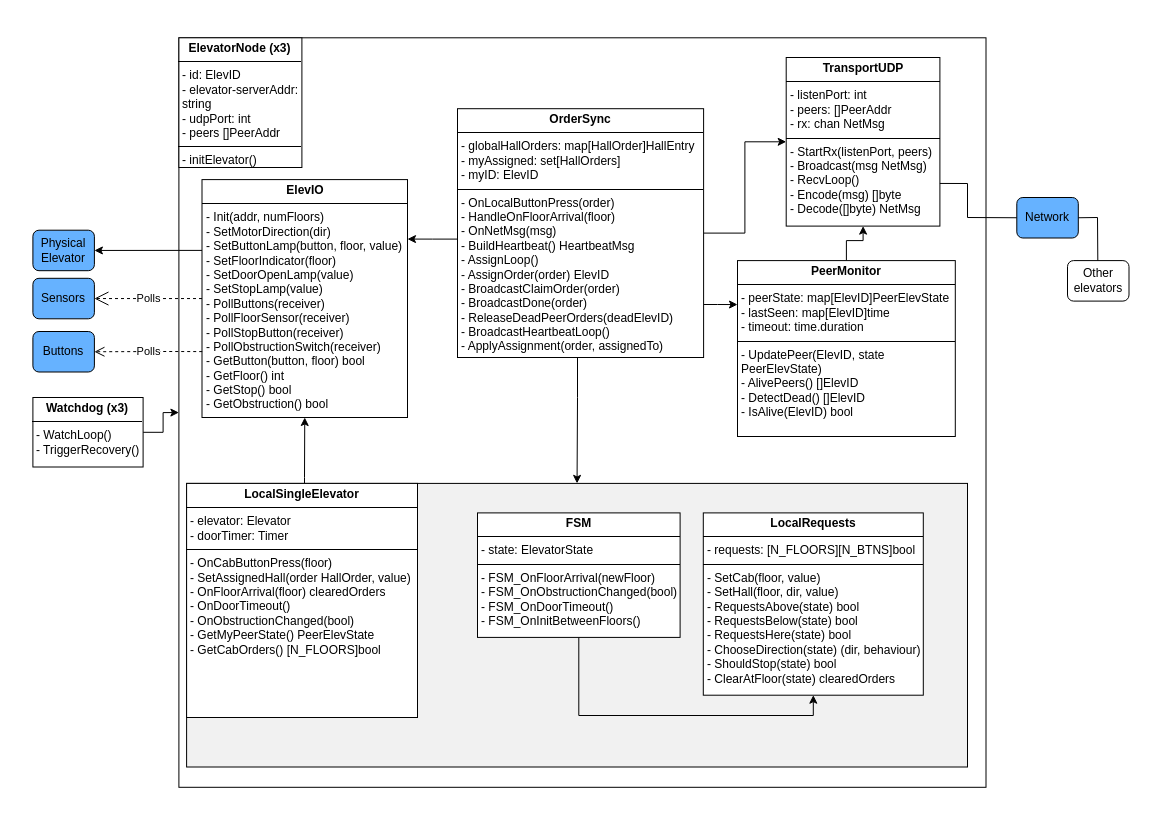
Above: Diagrams/component_diagram.drawio in SondreMyhre/TTK4145 (draw.io), before the change. Source tidied: cells renumbered, new cells numbered last; positions are measured from the earlier drawing's top-left corner, leaving out a move shared by most shapes. Both pictures are drawn from the tidied source at 100%, with x=0, y=0 at pixel (17, 17).
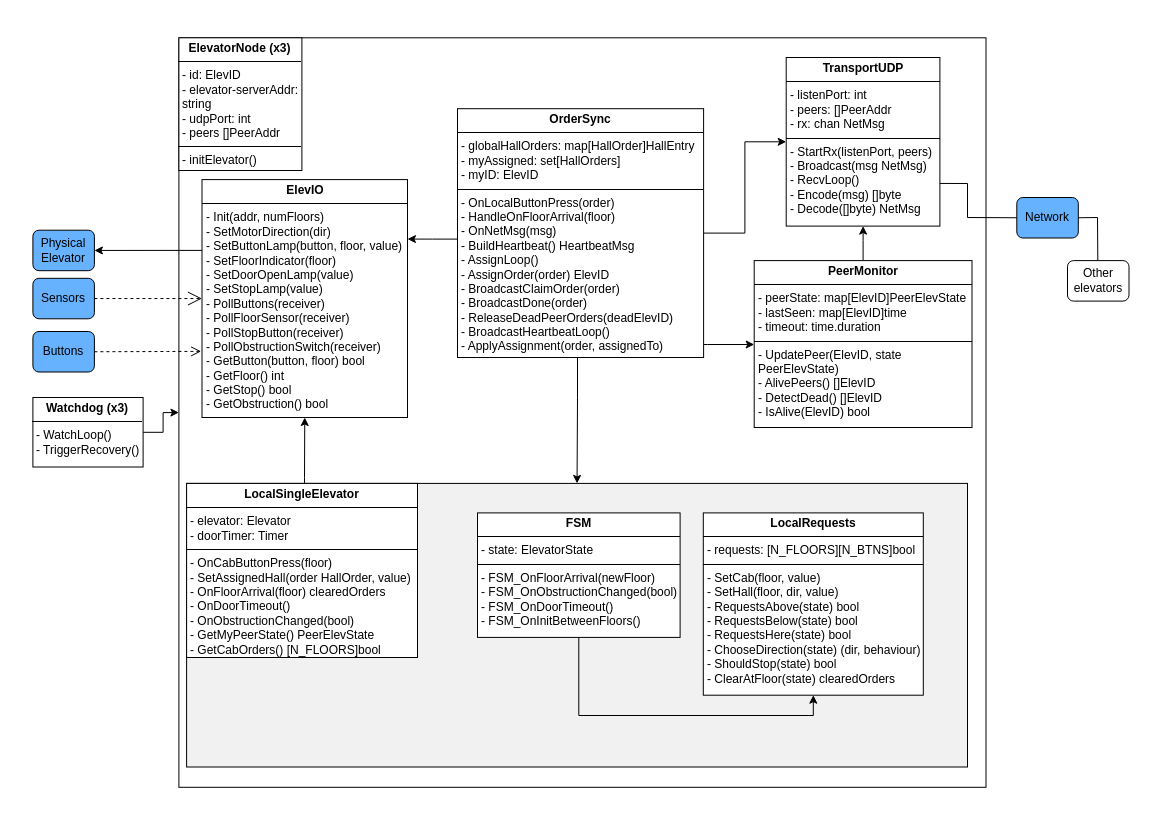
After the change.

Unchanged cells that the change refers to:
```xml
<mxCell id="2" style="group;" parent="1" vertex="1">
  <mxGeometry width="1130" height="790" as="geometry" />
</mxCell>
<mxCell id="7" value="Sensors" style="rounded=1;whiteSpace=wrap;html=1;fillColor=#66B2FF;" parent="2" vertex="1">
  <mxGeometry x="15.4" y="260.8" width="61.5" height="40.5" as="geometry" />
</mxCell>
<mxCell id="8" value="Buttons" style="rounded=1;whiteSpace=wrap;html=1;fillColor=#66B2FF;" parent="2" vertex="1">
  <mxGeometry x="15.4" y="314" width="61.5" height="40.5" as="geometry" />
</mxCell>
<mxCell id="15" value="&lt;p style=&quot;margin:0px;margin-top:4px;text-align:center;&quot;&gt;&lt;b&gt;OrderSync&lt;/b&gt;&lt;/p&gt;&lt;hr size=&quot;1&quot; style=&quot;border-style:solid;&quot;&gt;&lt;p style=&quot;margin:0px;margin-left:4px;&quot;&gt;- globalHallOrders: map[HallOrder]HallEntry&lt;/p&gt;&lt;p style=&quot;margin:0px;margin-left:4px;&quot;&gt;- myAssigned: set[HallOrders]&lt;/p&gt;&lt;p style=&quot;margin:0px;margin-left:4px;&quot;&gt;- myID: ElevID&lt;/p&gt;&lt;hr size=&quot;1&quot; style=&quot;border-style:solid;&quot;&gt;&lt;p style=&quot;margin:0px;margin-left:4px;&quot;&gt;- OnLocalButtonPress(order)&lt;/p&gt;&lt;p style=&quot;margin:0px;margin-left:4px;&quot;&gt;- HandleOnFloorArrival(floor)&amp;nbsp;&lt;/p&gt;&lt;p style=&quot;margin:0px;margin-left:4px;&quot;&gt;- OnNetMsg(msg)&lt;/p&gt;&lt;p style=&quot;margin:0px;margin-left:4px;&quot;&gt;- BuildHeartbeat() HeartbeatMsg&lt;/p&gt;&lt;p style=&quot;margin:0px;margin-left:4px;&quot;&gt;- AssignLoop()&lt;/p&gt;&lt;p style=&quot;margin:0px;margin-left:4px;&quot;&gt;- AssignOrder(order) ElevID&lt;/p&gt;&lt;p style=&quot;margin:0px;margin-left:4px;&quot;&gt;- BroadcastClaimOrder(order)&lt;/p&gt;&lt;p style=&quot;margin:0px;margin-left:4px;&quot;&gt;- BroadcastDone(order)&lt;/p&gt;&lt;p style=&quot;margin:0px;margin-left:4px;&quot;&gt;- ReleaseDeadPeerOrders(deadElevID)&lt;/p&gt;&lt;p style=&quot;margin:0px;margin-left:4px;&quot;&gt;- BroadcastHeartbeatLoop()&lt;/p&gt;&lt;p style=&quot;margin:0px;margin-left:4px;&quot;&gt;- ApplyAssignment(order, assignedTo)&lt;/p&gt;" style="verticalAlign=top;align=left;overflow=fill;html=1;whiteSpace=wrap;" parent="2" vertex="1">
  <mxGeometry x="440" y="91.2" width="246.1" height="248.8" as="geometry" />
</mxCell>
<mxCell id="25" value="&lt;p style=&quot;margin:0px;margin-top:4px;text-align:center;&quot;&gt;&lt;b&gt;ElevIO&lt;/b&gt;&lt;/p&gt;&lt;hr size=&quot;1&quot; style=&quot;border-style:solid;&quot;&gt;&lt;p style=&quot;margin:0px;margin-left:4px;&quot;&gt;&lt;/p&gt;&lt;p style=&quot;margin: 0px 0px 0px 4px;&quot;&gt;- Init(addr, numFloors)&lt;/p&gt;&lt;p style=&quot;margin: 0px 0px 0px 4px;&quot;&gt;- SetMotorDirection(dir)&lt;/p&gt;&lt;p style=&quot;margin: 0px 0px 0px 4px;&quot;&gt;- SetButtonLamp(button, floor, value)&lt;/p&gt;&lt;p style=&quot;margin: 0px 0px 0px 4px;&quot;&gt;- SetFloorIndicator(floor)&lt;/p&gt;&lt;p style=&quot;margin: 0px 0px 0px 4px;&quot;&gt;- SetDoorOpenLamp(value)&lt;/p&gt;&lt;p style=&quot;margin: 0px 0px 0px 4px;&quot;&gt;- SetStopLamp(value)&lt;/p&gt;&lt;p style=&quot;margin: 0px 0px 0px 4px;&quot;&gt;- PollButtons(receiver)&lt;/p&gt;&lt;p style=&quot;margin: 0px 0px 0px 4px;&quot;&gt;- PollFloorSensor(receiver)&lt;/p&gt;&lt;p style=&quot;margin: 0px 0px 0px 4px;&quot;&gt;- PollStopButton(receiver)&lt;/p&gt;&lt;p style=&quot;margin: 0px 0px 0px 4px;&quot;&gt;- PollObstructionSwitch(receiver)&lt;/p&gt;&lt;p style=&quot;margin: 0px 0px 0px 4px;&quot;&gt;- GetButton(button, floor) bool&lt;/p&gt;&lt;p style=&quot;margin: 0px 0px 0px 4px;&quot;&gt;- GetFloor() int&lt;/p&gt;&lt;p style=&quot;margin: 0px 0px 0px 4px;&quot;&gt;- GetStop() bool&lt;/p&gt;&lt;p style=&quot;margin: 0px 0px 0px 4px;&quot;&gt;- GetObstruction() bool&lt;/p&gt;" style="verticalAlign=top;align=left;overflow=fill;html=1;whiteSpace=wrap;" parent="2" vertex="1">
  <mxGeometry x="184.5" y="162.1" width="205.5" height="237.9" as="geometry" />
</mxCell>
```

What changed in the source:
```diff
@@
     <mxCell id="10" value="&lt;p style=&quot;margin:0px;margin-top:4px;text-align:center;&quot;&gt;&lt;b&gt;ElevatorNode (x3)&lt;/b&gt;&lt;/p&gt;&lt;hr size=&quot;1&quot; style=&quot;border-style:solid;&quot;&gt;&lt;p style=&quot;margin:0px;margin-left:4px;&quot;&gt;&lt;span style=&quot;background-color: transparent; color: light-dark(rgb(0, 0, 0), rgb(255, 255, 255));&quot;&gt;- id: ElevID&lt;/span&gt;&lt;/p&gt;&lt;p style=&quot;margin:0px;margin-left:4px;&quot;&gt;&lt;span style=&quot;background-color: transparent; color: light-dark(rgb(0, 0, 0), rgb(255, 255, 255));&quot;&gt;- elevator-serverAddr: string&lt;/span&gt;&lt;/p&gt;&lt;p style=&quot;margin:0px;margin-left:4px;&quot;&gt;&lt;span style=&quot;background-color: transparent; color: light-dark(rgb(0, 0, 0), rgb(255, 255, 255));&quot;&gt;- udpPort: int&lt;/span&gt;&lt;/p&gt;&lt;p style=&quot;margin:0px;margin-left:4px;&quot;&gt;- peers []PeerAddr&lt;/p&gt;&lt;hr size=&quot;1&quot; style=&quot;border-style:solid;&quot;&gt;&lt;p style=&quot;margin:0px;margin-left:4px;&quot;&gt;- initElevator()&lt;/p&gt;" style="verticalAlign=top;align=left;overflow=fill;html=1;whiteSpace=wrap;" parent="2" vertex="1">
-      <mxGeometry x="161.4" y="20.3" width="123" height="129.7" as="geometry" />
+      <mxGeometry x="161.4" y="20.3" width="123" height="132.7" as="geometry" />
     </mxCell>
-    <mxCell id="11" style="edgeStyle=orthogonalEdgeStyle;rounded=0;jettySize=auto;html=1;entryX=0;entryY=0.25;entryDx=0;entryDy=0;" parent="2" edge="1" source="15" target="18">
-      <mxGeometry relative="1" as="geometry">
-        <Array as="points">
-          <mxPoint x="700" y="287" />
-          <mxPoint x="700" y="287" />
-        </Array>
-      </mxGeometry>
-    </mxCell>
@@
+    <mxCell id="11" style="edgeStyle=orthogonalEdgeStyle;rounded=0;jettySize=auto;html=1;" parent="2" edge="1" source="15" target="18">
+      <mxGeometry relative="1" as="geometry">
+        <Array as="points">
+          <mxPoint x="690" y="327" />
+          <mxPoint x="690" y="327" />
+        </Array>
+      </mxGeometry>
+    </mxCell>
@@
     <mxCell id="18" value="&lt;p style=&quot;margin:0px;margin-top:4px;text-align:center;&quot;&gt;&lt;b&gt;PeerMonitor&lt;/b&gt;&lt;/p&gt;&lt;hr size=&quot;1&quot; style=&quot;border-style:solid;&quot;&gt;&lt;p style=&quot;margin:0px;margin-left:4px;&quot;&gt;- peerState: map[ElevID]PeerElevState&lt;/p&gt;&lt;p style=&quot;margin:0px;margin-left:4px;&quot;&gt;- lastSeen: map[ElevID]time&lt;/p&gt;&lt;p style=&quot;margin:0px;margin-left:4px;&quot;&gt;- timeout: time.duration&lt;/p&gt;&lt;hr size=&quot;1&quot; style=&quot;border-style:solid;&quot;&gt;&lt;p style=&quot;margin:0px;margin-left:4px;&quot;&gt;- UpdatePeer(ElevID, state PeerElevState&lt;span style=&quot;background-color: transparent; color: light-dark(rgb(0, 0, 0), rgb(255, 255, 255));&quot;&gt;)&lt;/span&gt;&lt;/p&gt;&lt;p style=&quot;margin:0px;margin-left:4px;&quot;&gt;&lt;span style=&quot;background-color: transparent; color: light-dark(rgb(0, 0, 0), rgb(255, 255, 255));&quot;&gt;- AlivePeers() []ElevID&lt;/span&gt;&lt;/p&gt;&lt;p style=&quot;margin:0px;margin-left:4px;&quot;&gt;&lt;span style=&quot;background-color: transparent; color: light-dark(rgb(0, 0, 0), rgb(255, 255, 255));&quot;&gt;- DetectDead() []ElevID&lt;/span&gt;&lt;/p&gt;&lt;p style=&quot;margin:0px;margin-left:4px;&quot;&gt;&lt;span style=&quot;background-color: transparent; color: light-dark(rgb(0, 0, 0), rgb(255, 255, 255));&quot;&gt;- IsAlive(ElevID) bool&lt;/span&gt;&lt;/p&gt;" style="verticalAlign=top;align=left;overflow=fill;html=1;whiteSpace=wrap;" parent="2" vertex="1">
-      <mxGeometry x="720" y="243.1" width="217.8" height="175.9" as="geometry" />
+      <mxGeometry x="736.7" y="243.1" width="217.8" height="166.9" as="geometry" />
     </mxCell>
@@
     <mxCell id="26" value="&lt;p style=&quot;margin:0px;margin-top:4px;text-align:center;&quot;&gt;&lt;b&gt;LocalSingleElevator&lt;/b&gt;&lt;/p&gt;&lt;hr size=&quot;1&quot; style=&quot;border-style:solid;&quot;&gt;&lt;p style=&quot;margin:0px;margin-left:4px;&quot;&gt;&lt;span style=&quot;background-color: transparent; color: light-dark(rgb(0, 0, 0), rgb(255, 255, 255));&quot;&gt;- elevator: Elevator&lt;br&gt;&lt;/span&gt;&lt;/p&gt;&lt;p style=&quot;margin:0px;margin-left:4px;&quot;&gt;&lt;span style=&quot;background-color: transparent; color: light-dark(rgb(0, 0, 0), rgb(255, 255, 255));&quot;&gt;- doorTimer: Timer&lt;/span&gt;&lt;/p&gt;&lt;hr size=&quot;1&quot; style=&quot;border-style:solid;&quot;&gt;&lt;p style=&quot;margin:0px;margin-left:4px;&quot;&gt;- OnCabButtonPress(floor)&lt;/p&gt;&lt;p style=&quot;margin:0px;margin-left:4px;&quot;&gt;- SetAssignedHall(order HallOrder, value)&lt;/p&gt;&lt;p style=&quot;margin:0px;margin-left:4px;&quot;&gt;- OnFloorArrival(floor) clearedOrders&lt;/p&gt;&lt;p style=&quot;margin:0px;margin-left:4px;&quot;&gt;- OnDoorTimeout()&lt;/p&gt;&lt;p style=&quot;margin:0px;margin-left:4px;&quot;&gt;- OnObstructionChanged(bool)&lt;/p&gt;&lt;p style=&quot;margin:0px;margin-left:4px;&quot;&gt;- GetMyPeerState() PeerElevState&lt;/p&gt;&lt;p style=&quot;margin:0px;margin-left:4px;&quot;&gt;- GetCabOrders() [N_FLOORS]bool&lt;/p&gt;" style="verticalAlign=top;align=left;overflow=fill;html=1;whiteSpace=wrap;" parent="2" vertex="1">
-      <mxGeometry x="169.1" y="465.9" width="230.9" height="234.1" as="geometry" />
+      <mxGeometry x="169.1" y="465.9" width="230.9" height="174.1" as="geometry" />
     </mxCell>
@@
-    <mxCell id="31" value="Polls" style="endArrow=open;endSize=12;dashed=1;html=1;rounded=0;entryX=1;entryY=0.5;entryDx=0;entryDy=0;exitX=0;exitY=0.5;exitDx=0;exitDy=0;" parent="2" edge="1" source="25" target="7">
+    <mxCell id="31" style="endArrow=open;endSize=12;dashed=1;html=1;rounded=0;exitX=1;exitY=0.5;exitDx=0;exitDy=0;entryX=0;entryY=0.5;entryDx=0;entryDy=0;" parent="2" edge="1" source="7" target="25">
       <mxGeometry x="0.01" relative="1" as="geometry" />
     </mxCell>
-    <mxCell id="32" value="Polls" style="html=1;verticalAlign=bottom;endArrow=open;dashed=1;endSize=8;curved=0;rounded=0;entryX=1;entryY=0.5;entryDx=0;entryDy=0;exitX=0.001;exitY=0.723;exitDx=0;exitDy=0;exitPerimeter=0;" parent="2" edge="1" source="25" target="8">
-      <mxGeometry x="0.01" y="9" relative="1" as="geometry">
+    <mxCell id="32" style="html=1;verticalAlign=bottom;endArrow=open;dashed=1;endSize=8;curved=0;rounded=0;exitX=1;exitY=0.5;exitDx=0;exitDy=0;entryX=-0.004;entryY=0.722;entryDx=0;entryDy=0;entryPerimeter=0;" parent="2" edge="1" source="8" target="25">
+      <mxGeometry x="-0.01" y="-9" relative="1" as="geometry">
         <Array as="points">
           <mxPoint x="150" y="334" />
         </Array>
       </mxGeometry>
     </mxCell>
```
